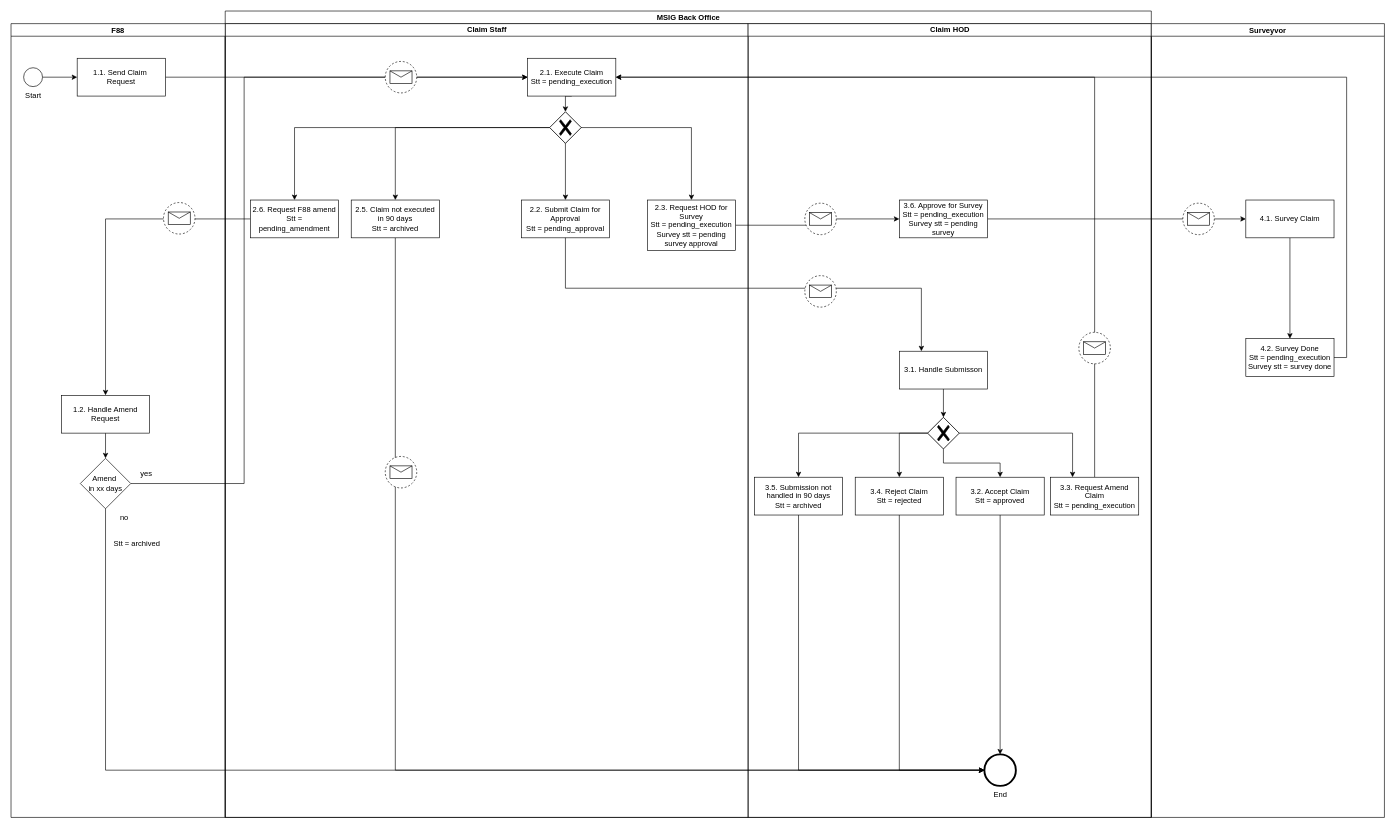
The draw.io diagram Copy of Untitled Diagram.drawio in Chris-25/Book, before the edit. Source tidied: cells renumbered, new cells numbered last; positions are measured from the earlier drawing's top-left corner, leaving out a move shared by most shapes. Both pictures are drawn from the tidied source at 63%, with x=0, y=0 at pixel (11, 11).
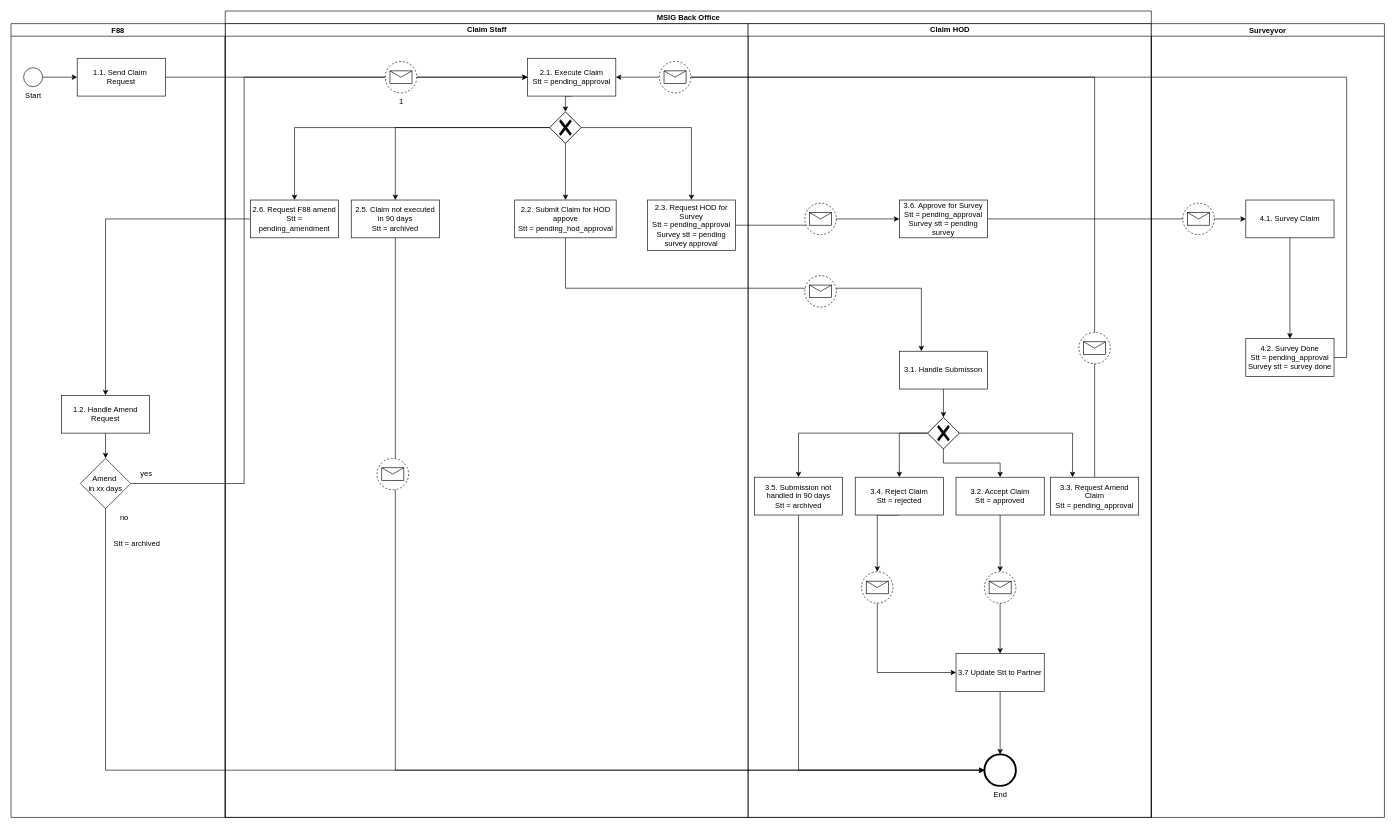
Above is the later version.

The change refers to these unchanged cells:
```xml
<mxCell id="10" value="Claim Staff" style="swimlane;html=1;startSize=20;" parent="6" vertex="1">
  <mxGeometry y="20" width="830" height="1260" as="geometry" />
</mxCell>
<mxCell id="26" value="Claim HOD" style="swimlane;html=1;startSize=20;gradientColor=none;" parent="6" vertex="1">
  <mxGeometry x="830" y="20" width="640" height="1260" as="geometry" />
</mxCell>
<mxCell id="38" value="3.2. Accept Claim&lt;br&gt;Stt = approved" style="rounded=0;whiteSpace=wrap;html=1;" parent="26" vertex="1">
  <mxGeometry x="330" y="720" width="140" height="60" as="geometry" />
</mxCell>
<mxCell id="40" value="3.4. Reject Claim&lt;br&gt;Stt = rejected" style="rounded=0;whiteSpace=wrap;html=1;" parent="26" vertex="1">
  <mxGeometry x="170" y="720" width="140" height="60" as="geometry" />
</mxCell>
<mxCell id="42" value="End" style="points=[[0.145,0.145,0],[0.5,0,0],[0.855,0.145,0],[1,0.5,0],[0.855,0.855,0],[0.5,1,0],[0.145,0.855,0],[0,0.5,0]];shape=mxgraph.bpmn.event;html=1;verticalLabelPosition=bottom;labelBackgroundColor=#ffffff;verticalAlign=top;align=center;perimeter=ellipsePerimeter;outlineConnect=0;outline=end;symbol=terminate2;" parent="26" vertex="1">
  <mxGeometry x="375" y="1160" width="50" height="50" as="geometry" />
</mxCell>
<mxCell id="47" value="F88" style="swimlane;startSize=20;" parent="1" vertex="1">
  <mxGeometry y="20" width="340" height="1260" as="geometry" />
</mxCell>
<mxCell id="58" value="Surveyvor" style="swimlane;startSize=20;" parent="1" vertex="1">
  <mxGeometry x="1810" y="20" width="370" height="1260" as="geometry" />
</mxCell>
```

The edit, as a diff of the source:
```diff
@@
-    <mxCell id="12" value="2.1. Execute Claim&lt;br&gt;Stt = pending_execution" style="rounded=0;whiteSpace=wrap;html=1;" parent="10" vertex="1">
+    <mxCell id="12" value="2.1. Execute Claim&lt;br&gt;Stt = pending_approval" style="rounded=0;whiteSpace=wrap;html=1;" parent="10" vertex="1">
       <mxGeometry x="480" y="55" width="140" height="60" as="geometry" />
     </mxCell>
@@
-    <mxCell id="19" value="2.3. Request HOD for Survey&lt;br&gt;Stt = pending_execution&lt;br&gt;Survey stt = pending survey approval" style="rounded=0;whiteSpace=wrap;html=1;" parent="10" vertex="1">
+    <mxCell id="19" value="2.3. Request HOD for Survey&lt;br&gt;Stt = pending_approval&lt;br&gt;Survey stt = pending survey approval" style="rounded=0;whiteSpace=wrap;html=1;" parent="10" vertex="1">
       <mxGeometry x="670" y="280" width="140" height="80" as="geometry" />
     </mxCell>
@@
-    <mxCell id="21" value="2.2. Submit Claim for Approval&lt;br&gt;Stt = pending_approval" style="rounded=0;whiteSpace=wrap;html=1;" parent="10" vertex="1">
-      <mxGeometry x="470" y="280" width="140" height="60" as="geometry" />
+    <mxCell id="21" value="2.2. Submit Claim for HOD appove&lt;br&gt;Stt = pending_hod_approval" style="rounded=0;whiteSpace=wrap;html=1;" parent="10" vertex="1">
+      <mxGeometry x="459.5" y="280" width="161" height="60" as="geometry" />
     </mxCell>
-    <mxCell id="22" style="shape=mxgraph.bpmn.event;html=1;verticalLabelPosition=bottom;labelBackgroundColor=#ffffff;verticalAlign=top;align=center;perimeter=ellipsePerimeter;outline=eventNonint;symbol=message;" parent="10" vertex="1">
+    <mxCell id="22" value="1" style="shape=mxgraph.bpmn.event;html=1;verticalLabelPosition=bottom;labelBackgroundColor=#ffffff;verticalAlign=top;align=center;perimeter=ellipsePerimeter;outline=eventNonint;symbol=message;" parent="10" vertex="1">
       <mxGeometry x="254" y="60" width="50" height="50" as="geometry" />
     </mxCell>
     <mxCell id="23" style="shape=mxgraph.bpmn.event;html=1;verticalLabelPosition=bottom;labelBackgroundColor=#ffffff;verticalAlign=top;align=center;perimeter=ellipsePerimeter;outline=eventNonint;symbol=message;" parent="10" vertex="1">
-      <mxGeometry x="254" y="687" width="50" height="50" as="geometry" />
+      <mxGeometry x="241" y="690" width="50" height="50" as="geometry" />
     </mxCell>
@@
-    <mxCell id="27" value="3.6. Approve for Survey&lt;br&gt;Stt = pending_execution&lt;br&gt;Survey stt = pending survey" style="rounded=0;whiteSpace=wrap;html=1;" parent="26" vertex="1">
+    <mxCell id="27" value="3.6. Approve for Survey&lt;br&gt;Stt = pending_approval&lt;br&gt;Survey stt = pending survey" style="rounded=0;whiteSpace=wrap;html=1;" parent="26" vertex="1">
       <mxGeometry x="240" y="280" width="140" height="60" as="geometry" />
     </mxCell>
@@
-    <mxCell id="37" style="edgeStyle=orthogonalEdgeStyle;rounded=0;jettySize=auto;html=1;exitX=0.5;exitY=1;exitDx=0;exitDy=0;" parent="26" edge="1" source="38" target="42">
-      <mxGeometry relative="1" as="geometry" />
-    </mxCell>
+    <mxCell id="66" style="edgeStyle=orthogonalEdgeStyle;rounded=0;jettySize=auto;html=1;exitX=0.5;exitY=1;exitDx=0;exitDy=0;entryX=0.5;entryY=0;entryDx=0;entryDy=0;entryPerimeter=0;" parent="26" edge="1" source="38" target="71">
+      <mxGeometry relative="1" as="geometry" />
+    </mxCell>
@@
-    <mxCell id="39" style="edgeStyle=orthogonalEdgeStyle;rounded=0;jettySize=auto;html=1;exitX=0.5;exitY=1;exitDx=0;exitDy=0;entryX=0;entryY=0.5;entryDx=0;entryDy=0;entryPerimeter=0;" parent="26" edge="1" source="40" target="42">
-      <mxGeometry relative="1" as="geometry" />
-    </mxCell>
+    <mxCell id="67" style="edgeStyle=orthogonalEdgeStyle;rounded=0;jettySize=auto;html=1;exitX=0.5;exitY=1;exitDx=0;exitDy=0;entryX=0.5;entryY=0;entryDx=0;entryDy=0;entryPerimeter=0;" parent="26" edge="1" source="40" target="69">
+      <mxGeometry relative="1" as="geometry">
+        <Array as="points">
+          <mxPoint x="205" y="780" />
+        </Array>
+      </mxGeometry>
+    </mxCell>
@@
-    <mxCell id="41" value="3.3. Request Amend&lt;br&gt;Claim&lt;br&gt;Stt = pending_execution" style="rounded=0;whiteSpace=wrap;html=1;" parent="26" vertex="1">
+    <mxCell id="41" value="3.3. Request Amend&lt;br&gt;Claim&lt;br&gt;Stt = pending_approval" style="rounded=0;whiteSpace=wrap;html=1;" parent="26" vertex="1">
       <mxGeometry x="480" y="720" width="140" height="60" as="geometry" />
     </mxCell>
@@
+    <mxCell id="68" style="edgeStyle=orthogonalEdgeStyle;rounded=0;jettySize=auto;html=1;exitX=0.5;exitY=1;exitDx=0;exitDy=0;exitPerimeter=0;entryX=0;entryY=0.5;entryDx=0;entryDy=0;" parent="26" edge="1" source="69" target="73">
+      <mxGeometry relative="1" as="geometry" />
+    </mxCell>
+    <mxCell id="69" style="points=[[0.145,0.145,0],[0.5,0,0],[0.855,0.145,0],[1,0.5,0],[0.855,0.855,0],[0.5,1,0],[0.145,0.855,0],[0,0.5,0]];shape=mxgraph.bpmn.event;html=1;verticalLabelPosition=bottom;labelBackgroundColor=#ffffff;verticalAlign=top;align=center;perimeter=ellipsePerimeter;outlineConnect=0;outline=eventNonint;symbol=message;" parent="26" vertex="1">
+      <mxGeometry x="180" y="870" width="50" height="50" as="geometry" />
+    </mxCell>
+    <mxCell id="70" style="edgeStyle=orthogonalEdgeStyle;rounded=0;jettySize=auto;html=1;exitX=0.5;exitY=1;exitDx=0;exitDy=0;exitPerimeter=0;entryX=0.5;entryY=0;entryDx=0;entryDy=0;" parent="26" edge="1" source="71" target="73">
+      <mxGeometry relative="1" as="geometry" />
+    </mxCell>
+    <mxCell id="71" style="points=[[0.145,0.145,0],[0.5,0,0],[0.855,0.145,0],[1,0.5,0],[0.855,0.855,0],[0.5,1,0],[0.145,0.855,0],[0,0.5,0]];shape=mxgraph.bpmn.event;html=1;verticalLabelPosition=bottom;labelBackgroundColor=#ffffff;verticalAlign=top;align=center;perimeter=ellipsePerimeter;outlineConnect=0;outline=eventNonint;symbol=message;" parent="26" vertex="1">
+      <mxGeometry x="375" y="870" width="50" height="50" as="geometry" />
+    </mxCell>
+    <mxCell id="72" style="edgeStyle=orthogonalEdgeStyle;rounded=0;jettySize=auto;html=1;exitX=0.5;exitY=1;exitDx=0;exitDy=0;entryX=0.5;entryY=0;entryDx=0;entryDy=0;entryPerimeter=0;" parent="26" edge="1" source="73" target="42">
+      <mxGeometry relative="1" as="geometry" />
+    </mxCell>
+    <mxCell id="73" value="3.7 Update Stt to Partner" style="rounded=0;whiteSpace=wrap;html=1;" parent="26" vertex="1">
+      <mxGeometry x="330" y="1000" width="140" height="60" as="geometry" />
+    </mxCell>
@@
-    <mxCell id="57" style="shape=mxgraph.bpmn.event;html=1;verticalLabelPosition=bottom;labelBackgroundColor=#ffffff;verticalAlign=top;align=center;perimeter=ellipsePerimeter;outline=eventNonint;symbol=message;" parent="47" vertex="1">
-      <mxGeometry x="242" y="284" width="50" height="50" as="geometry" />
-    </mxCell>
@@
-    <mxCell id="61" value="4.2. Survey Done&lt;br&gt;Stt = pending_execution&lt;br&gt;Survey stt = survey done" style="rounded=0;whiteSpace=wrap;html=1;" parent="58" vertex="1">
+    <mxCell id="61" value="4.2. Survey Done&lt;br&gt;Stt = pending_approval&lt;br&gt;Survey stt = survey done" style="rounded=0;whiteSpace=wrap;html=1;" parent="58" vertex="1">
       <mxGeometry x="150" y="500" width="140" height="60" as="geometry" />
     </mxCell>
@@
-    <mxCell id="65" style="edgeStyle=orthogonalEdgeStyle;rounded=0;jettySize=auto;html=1;exitX=1;exitY=0.5;exitDx=0;exitDy=0;entryX=1;entryY=0.5;entryDx=0;entryDy=0;" parent="1" edge="1" source="61" target="12">
-      <mxGeometry relative="1" as="geometry" />
-    </mxCell>
+    <mxCell id="74" style="points=[[0.145,0.145,0],[0.5,0,0],[0.855,0.145,0],[1,0.5,0],[0.855,0.855,0],[0.5,1,0],[0.145,0.855,0],[0,0.5,0]];shape=mxgraph.bpmn.event;html=1;verticalLabelPosition=bottom;labelBackgroundColor=#ffffff;verticalAlign=top;align=center;perimeter=ellipsePerimeter;outlineConnect=0;outline=eventNonint;symbol=message;" parent="1" vertex="1">
+      <mxGeometry x="1029" y="80" width="50" height="50" as="geometry" />
+    </mxCell>
+    <mxCell id="75" style="edgeStyle=orthogonalEdgeStyle;rounded=0;jettySize=auto;html=1;exitX=1;exitY=0.5;exitDx=0;exitDy=0;entryX=1;entryY=0.5;entryDx=0;entryDy=0;endArrow=none;" parent="1" edge="1" source="61" target="74">
+      <mxGeometry relative="1" as="geometry" />
+    </mxCell>
```
